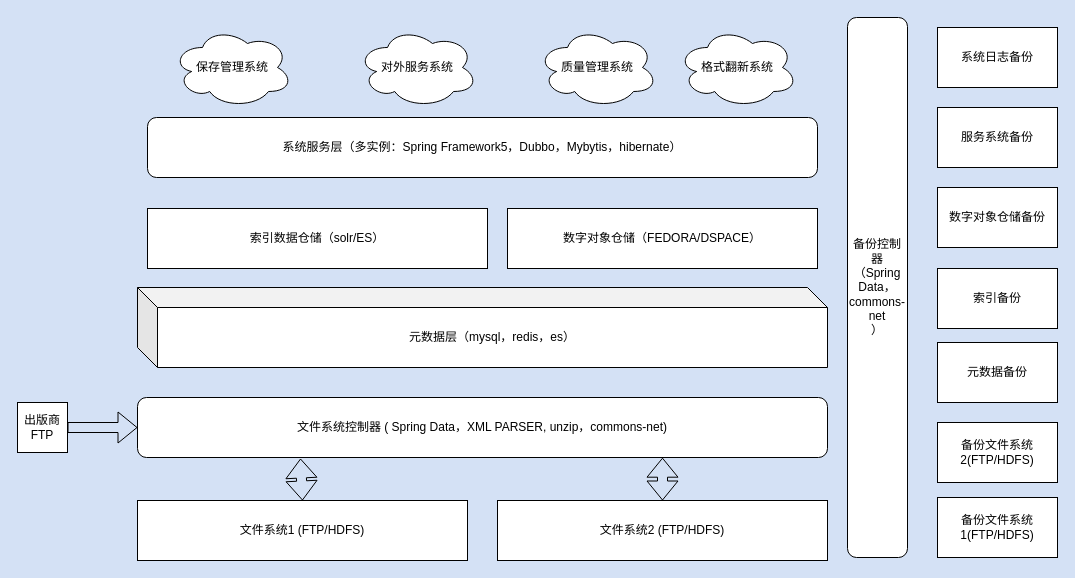
Above: DPSNEW-sw.drawio in czjczj20/draw.io (draw.io), before the change. Source tidied: cells renumbered, new cells numbered last; positions are measured from the earlier drawing's top-left corner, leaving out a move shared by most shapes. Both pictures are drawn from the tidied source at 100%, with x=0, y=0 at pixel (17, 17).
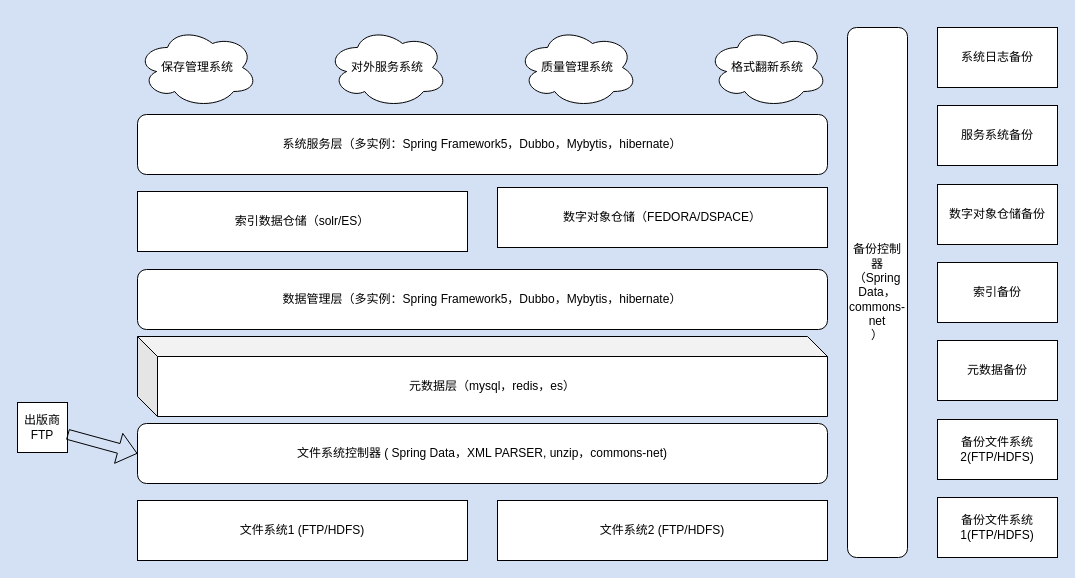
Above is the later version.

The change refers to these unchanged cells:
```xml
<mxCell id="3" value="文件系统1 (FTP/HDFS)" style="rounded=0;whiteSpace=wrap;html=1;" parent="1" vertex="1">
  <mxGeometry x="120" y="483" width="330" height="60" as="geometry" />
</mxCell>
<mxCell id="4" value="文件系统2 (FTP/HDFS)" style="rounded=0;whiteSpace=wrap;html=1;" parent="1" vertex="1">
  <mxGeometry x="480" y="483" width="330" height="60" as="geometry" />
</mxCell>
```

Diff of the diagram source:
```diff
@@
     <mxCell id="5" value="文件系统控制器 ( Spring Data，XML PARSER, unzip，&lt;span&gt;commons-net&lt;/span&gt;)" style="rounded=1;whiteSpace=wrap;html=1;" parent="1" vertex="1">
-      <mxGeometry x="120" y="380" width="690" height="60" as="geometry" />
+      <mxGeometry x="120" y="406" width="690" height="60" as="geometry" />
     </mxCell>
@@
-    <mxCell id="7" style="shape=flexArrow;endArrow=classic;startArrow=classic;html=1;exitX=0.5;exitY=0;exitDx=0;exitDy=0;" parent="1" edge="1" source="3">
-      <mxGeometry relative="1" as="geometry">
-        <mxPoint x="283" y="441" as="targetPoint" />
-      </mxGeometry>
-    </mxCell>
-    <mxCell id="8" style="shape=flexArrow;endArrow=classic;startArrow=classic;html=1;exitX=0.5;exitY=0;exitDx=0;exitDy=0;entryX=0.25;entryY=1;entryDx=0;entryDy=0;" parent="1" edge="1" source="4">
-      <mxGeometry relative="1" as="geometry">
-        <mxPoint x="645" y="440.2" as="targetPoint" />
-      </mxGeometry>
-    </mxCell>
     <mxCell id="9" value="备份控制器（Spring Data，commons-net&lt;br&gt;）" style="rounded=1;whiteSpace=wrap;html=1;direction=south;" parent="1" vertex="1">
-      <mxGeometry x="830" width="60" height="540" as="geometry" />
+      <mxGeometry x="830" y="10" width="60" height="530" as="geometry" />
     </mxCell>
@@
     <mxCell id="11" value="备份文件系统2(FTP/HDFS)" style="rounded=0;whiteSpace=wrap;html=1;" parent="1" vertex="1">
-      <mxGeometry x="920" y="405" width="120" height="60" as="geometry" />
+      <mxGeometry x="920" y="402" width="120" height="60" as="geometry" />
     </mxCell>
     <mxCell id="12" value="元数据层（mysql，redis，es）" style="shape=cube;whiteSpace=wrap;html=1;boundedLbl=1;backgroundOutline=1;darkOpacity=0.05;darkOpacity2=0.1;" parent="1" vertex="1">
-      <mxGeometry x="120" y="270" width="690" height="80" as="geometry" />
+      <mxGeometry x="120" y="319" width="690" height="80" as="geometry" />
     </mxCell>
     <mxCell id="13" value="索引数据仓储（solr/ES）" style="rounded=0;whiteSpace=wrap;html=1;" parent="1" vertex="1">
-      <mxGeometry x="130" y="191" width="340" height="60" as="geometry" />
+      <mxGeometry x="120" y="174" width="330" height="60" as="geometry" />
     </mxCell>
     <mxCell id="14" value="数字对象仓储（FEDORA/DSPACE）" style="rounded=0;whiteSpace=wrap;html=1;" parent="1" vertex="1">
-      <mxGeometry x="490" y="191" width="310" height="60" as="geometry" />
+      <mxGeometry x="480" y="170" width="330" height="60" as="geometry" />
     </mxCell>
     <mxCell id="15" value="元数据备份" style="rounded=0;whiteSpace=wrap;html=1;" parent="1" vertex="1">
-      <mxGeometry x="920" y="325" width="120" height="60" as="geometry" />
+      <mxGeometry x="920" y="323" width="120" height="60" as="geometry" />
     </mxCell>
     <mxCell id="16" value="索引备份" style="rounded=0;whiteSpace=wrap;html=1;" parent="1" vertex="1">
-      <mxGeometry x="920" y="251" width="120" height="60" as="geometry" />
+      <mxGeometry x="920" y="245" width="120" height="60" as="geometry" />
     </mxCell>
     <mxCell id="17" value="数字对象仓储备份" style="rounded=0;whiteSpace=wrap;html=1;" parent="1" vertex="1">
-      <mxGeometry x="920" y="170" width="120" height="60" as="geometry" />
+      <mxGeometry x="920" y="167" width="120" height="60" as="geometry" />
     </mxCell>
-    <mxCell id="18" value="系统服务层（多实例：Spring Framework5，Dubbo，Mybytis，hibernate）" style="rounded=1;whiteSpace=wrap;html=1;" parent="1" vertex="1">
-      <mxGeometry x="130" y="100" width="670" height="60" as="geometry" />
+    <mxCell id="18" value="数据管理层（多实例：Spring Framework5，Dubbo，Mybytis，hibernate）" style="rounded=1;whiteSpace=wrap;html=1;" parent="1" vertex="1">
+      <mxGeometry x="120" y="252" width="690" height="60" as="geometry" />
     </mxCell>
     <mxCell id="19" value="保存管理系统" style="ellipse;shape=cloud;whiteSpace=wrap;html=1;" parent="1" vertex="1">
-      <mxGeometry x="155" y="10" width="120" height="80" as="geometry" />
+      <mxGeometry x="120" y="10" width="120" height="80" as="geometry" />
     </mxCell>
     <mxCell id="20" value="对外服务系统" style="ellipse;shape=cloud;whiteSpace=wrap;html=1;" parent="1" vertex="1">
-      <mxGeometry x="340" y="10" width="120" height="80" as="geometry" />
+      <mxGeometry x="310" y="10" width="120" height="80" as="geometry" />
     </mxCell>
     <mxCell id="21" value="质量管理系统" style="ellipse;shape=cloud;whiteSpace=wrap;html=1;" parent="1" vertex="1">
-      <mxGeometry x="520" y="10" width="120" height="80" as="geometry" />
+      <mxGeometry x="500" y="10" width="120" height="80" as="geometry" />
     </mxCell>
     <mxCell id="22" value="格式翻新系统" style="ellipse;shape=cloud;whiteSpace=wrap;html=1;" parent="1" vertex="1">
-      <mxGeometry x="660" y="10" width="120" height="80" as="geometry" />
+      <mxGeometry x="690" y="10" width="120" height="80" as="geometry" />
     </mxCell>
     <mxCell id="23" value="服务系统备份" style="rounded=0;whiteSpace=wrap;html=1;" parent="1" vertex="1">
-      <mxGeometry x="920" y="90" width="120" height="60" as="geometry" />
+      <mxGeometry x="920" y="88" width="120" height="60" as="geometry" />
     </mxCell>
@@
+    <mxCell id="25" value="系统服务层（多实例：Spring Framework5，Dubbo，Mybytis，hibernate）" style="rounded=1;whiteSpace=wrap;html=1;" parent="1" vertex="1">
+      <mxGeometry x="120" y="97" width="690" height="60" as="geometry" />
+    </mxCell>
```
